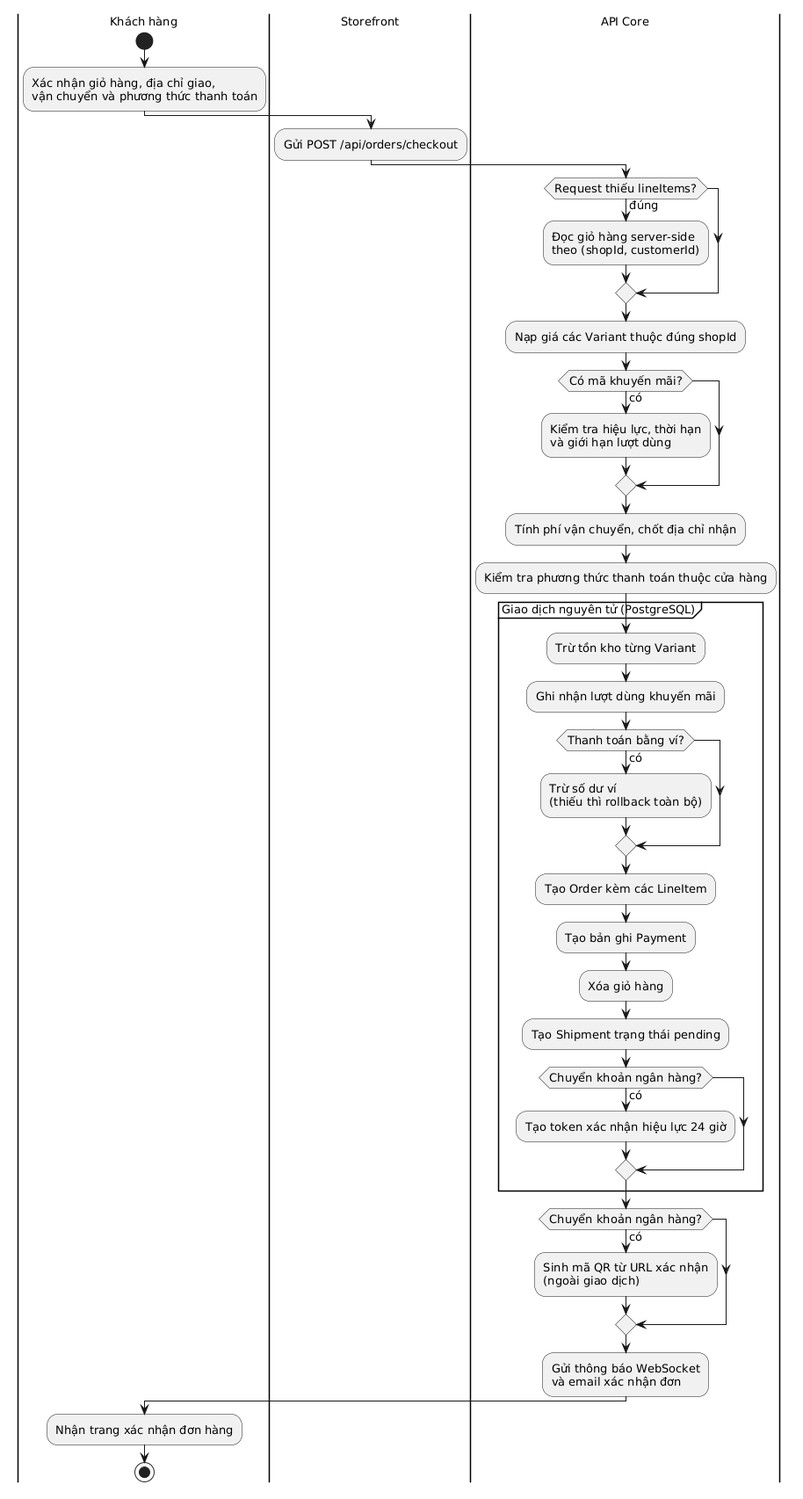
The PlantUML diagram Hinhve/Chuong2/activity_checkout.png in tvgx/SoICT_Mau_DATN_Ung_dung, before a commit.
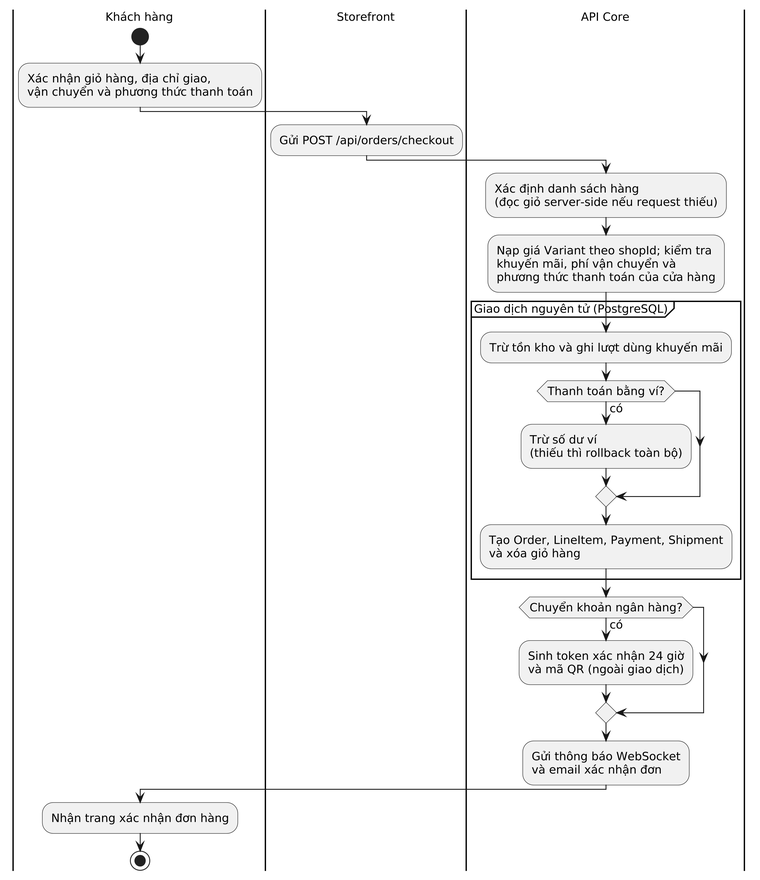
After the change.

The edit, as a diff of the source:
```diff
@@ -1,4 +1,7 @@
 @startuml
+!pragma layout smetana
+skinparam dpi 300
+skinparam defaultFontName "DejaVu Sans"
 skinparam monochrome true
 skinparam shadowing false
 skinparam defaultFontSize 13
@@ -9,31 +12,17 @@
 |Storefront|
 :Gửi POST /api/orders/checkout;
 |API Core|
-if (Request thiếu lineItems?) then (đúng)
-  :Đọc giỏ hàng server-side\ntheo (shopId, customerId);
-endif
-:Nạp giá các Variant thuộc đúng shopId;
-if (Có mã khuyến mãi?) then (có)
-  :Kiểm tra hiệu lực, thời hạn\nvà giới hạn lượt dùng;
-endif
-:Tính phí vận chuyển, chốt địa chỉ nhận;
-:Kiểm tra phương thức thanh toán thuộc cửa hàng;
+:Xác định danh sách hàng\n(đọc giỏ server-side nếu request thiếu);
+:Nạp giá Variant theo shopId; kiểm tra\nkhuyến mãi, phí vận chuyển và\nphương thức thanh toán của cửa hàng;
 partition "Giao dịch nguyên tử (PostgreSQL)" {
-  :Trừ tồn kho từng Variant;
-  :Ghi nhận lượt dùng khuyến mãi;
+  :Trừ tồn kho và ghi lượt dùng khuyến mãi;
   if (Thanh toán bằng ví?) then (có)
     :Trừ số dư ví\n(thiếu thì rollback toàn bộ);
   endif
-  :Tạo Order kèm các LineItem;
-  :Tạo bản ghi Payment;
-  :Xóa giỏ hàng;
-  :Tạo Shipment trạng thái pending;
-  if (Chuyển khoản ngân hàng?) then (có)
-    :Tạo token xác nhận hiệu lực 24 giờ;
-  endif
+  :Tạo Order, LineItem, Payment, Shipment\nvà xóa giỏ hàng;
 }
 if (Chuyển khoản ngân hàng?) then (có)
-  :Sinh mã QR từ URL xác nhận\n(ngoài giao dịch);
+  :Sinh token xác nhận 24 giờ\nvà mã QR (ngoài giao dịch);
 endif
 :Gửi thông báo WebSocket\nvà email xác nhận đơn;
 |Khách hàng|
```
